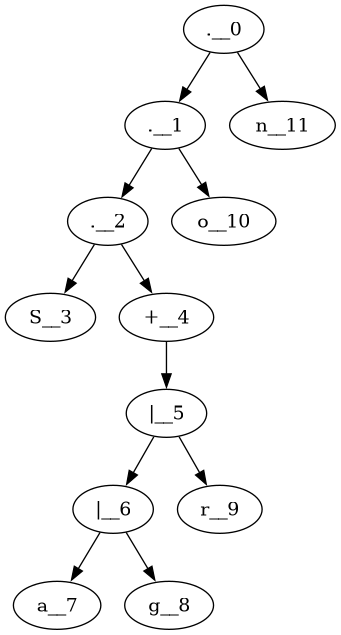
Before: arbre_syntaxique.png, a diagram exported from Graphviz (Daniel-Sima/Clone-of-the-egrep-UNIX-command). Its source is kept beside it as arbre_syntaxique.dot.
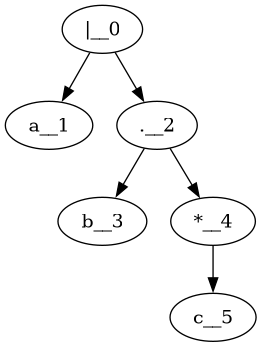
Later version of the same file.

The edit, as a diff of the source:
```diff
@@ -1,13 +1,7 @@
 digraph {
-	".__0"->".__1"
-	".__1"->".__2"
-	".__2"->"S__3"
-	".__2"->"+__4"
-	"+__4"->"|__5"
-	"|__5"->"|__6"
-	"|__6"->"a__7"
-	"|__6"->"g__8"
-	"|__5"->"r__9"
-	".__1"->"o__10"
-	".__0"->"n__11"
+	"|__0"->"a__1"
+	"|__0"->".__2"
+	".__2"->"b__3"
+	".__2"->"*__4"
+	"*__4"->"c__5"
 }
```
